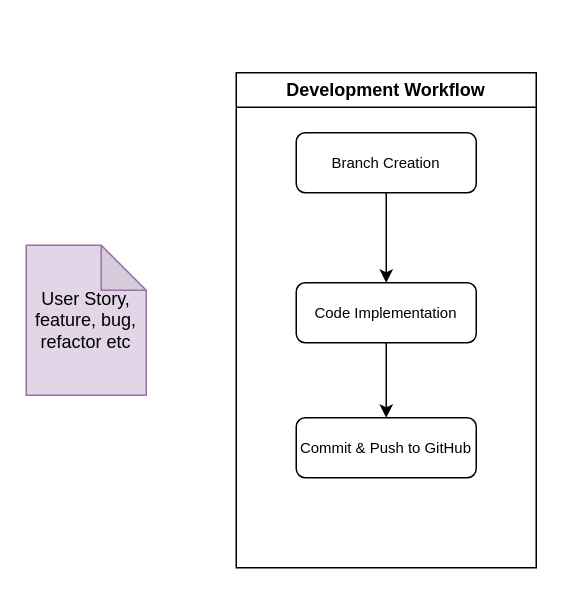
Before: development-to-deployment.drawio in mugabira/EFwithWinForm, a draw.io diagram. Source tidied: cells renumbered, new cells numbered last; positions are measured from the earlier drawing's top-left corner, leaving out a move shared by most shapes. Both pictures are drawn from the tidied source at 150%, with x=0, y=0 at pixel (26, 72).
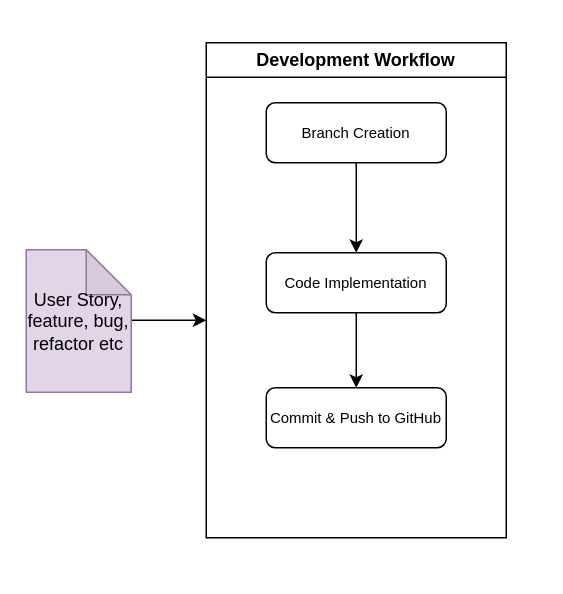
After the change.

What changed in the source:
```diff
@@
 <mxGraphModel>
   <root>
     <mxCell id="0" />
     <mxCell id="1" parent="0" />
+    <mxCell id="9" style="edgeStyle=orthogonalEdgeStyle;rounded=0;jettySize=auto;html=1;" parent="1" edge="1" source="2">
+      <mxGeometry relative="1" as="geometry">
+        <mxPoint x="120" y="165" as="targetPoint" />
+      </mxGeometry>
+    </mxCell>
     <mxCell id="2" value="User Story,&lt;br&gt;feature, bug, refactor etc" style="shape=note;whiteSpace=wrap;html=1;backgroundOutline=1;darkOpacity=0.05;fillColor=#e1d5e7;strokeColor=#9673a6;" parent="1" vertex="1">
-      <mxGeometry y="115" width="80" height="100" as="geometry" />
+      <mxGeometry y="118" width="70" height="95" as="geometry" />
     </mxCell>
     <mxCell id="3" value="&lt;h4&gt;&lt;strong&gt;Development Workflow&lt;/strong&gt;&lt;/h4&gt;" style="swimlane;whiteSpace=wrap;html=1;" parent="1" vertex="1">
-      <mxGeometry x="140" width="200" height="330" as="geometry" />
+      <mxGeometry x="120" y="-20" width="200" height="330" as="geometry" />
     </mxCell>
     <mxCell id="4" style="edgeStyle=orthogonalEdgeStyle;rounded=0;jettySize=auto;html=1;" parent="3" edge="1" source="5" target="7">
       <mxGeometry relative="1" as="geometry" />
     </mxCell>
     <mxCell id="5" value="&lt;h5&gt;&lt;span style=&quot;font-weight: normal;&quot;&gt;Branch Creation&lt;/span&gt;&lt;/h5&gt;" style="rounded=1;whiteSpace=wrap;html=1;" parent="3" vertex="1">
       <mxGeometry x="40" y="40" width="120" height="40" as="geometry" />
     </mxCell>
     <mxCell id="6" style="edgeStyle=orthogonalEdgeStyle;rounded=0;jettySize=auto;html=1;" parent="3" edge="1" source="7" target="8">
       <mxGeometry relative="1" as="geometry" />
     </mxCell>
     <mxCell id="7" value="&lt;h5&gt;&lt;span style=&quot;font-weight: normal;&quot;&gt;Code Implementation&lt;/span&gt;&lt;/h5&gt;" style="rounded=1;whiteSpace=wrap;html=1;" parent="3" vertex="1">
       <mxGeometry x="40" y="140" width="120" height="40" as="geometry" />
     </mxCell>
     <mxCell id="8" value="&lt;h5&gt;&lt;span style=&quot;font-weight: normal;&quot;&gt;Commit &amp;amp; Push to GitHub&lt;/span&gt;&lt;/h5&gt;" style="rounded=1;whiteSpace=wrap;html=1;" parent="3" vertex="1">
       <mxGeometry x="40" y="230" width="120" height="40" as="geometry" />
     </mxCell>
   </root>
 </mxGraphModel>
```
